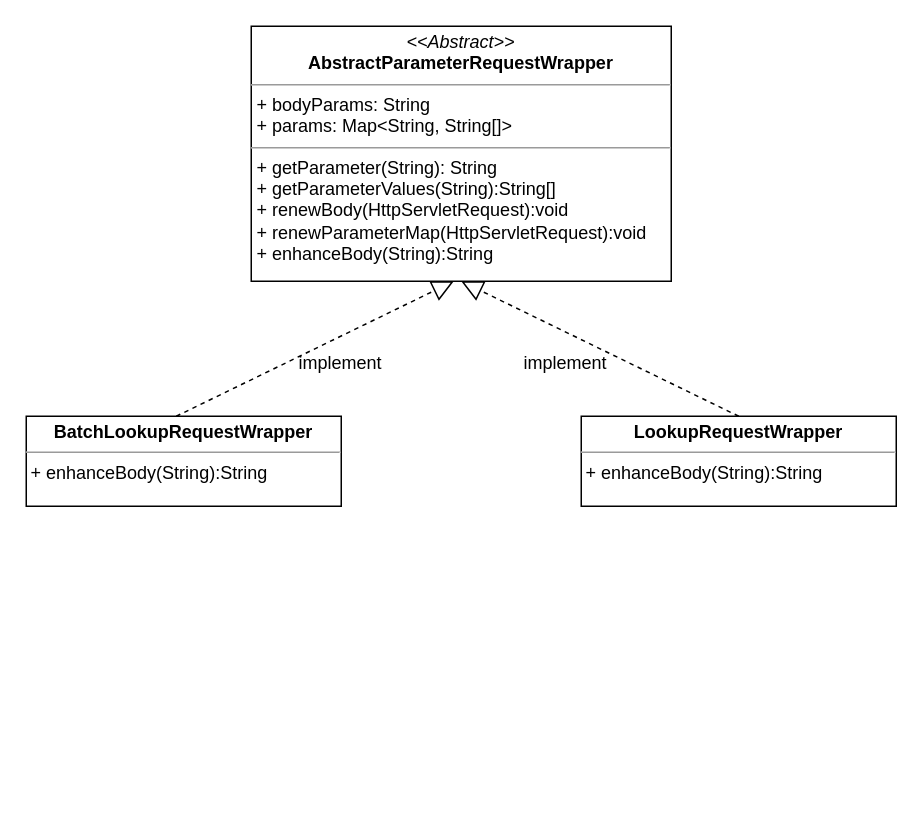
Before: mdm流程.drawio in iceAcmen/myDesign, a draw.io diagram. Source tidied: cells renumbered, new cells numbered last; positions are measured from the earlier drawing's top-left corner, leaving out a move shared by most shapes. Both pictures are drawn from the tidied source at 150%, with x=0, y=0 at pixel (26, 26).
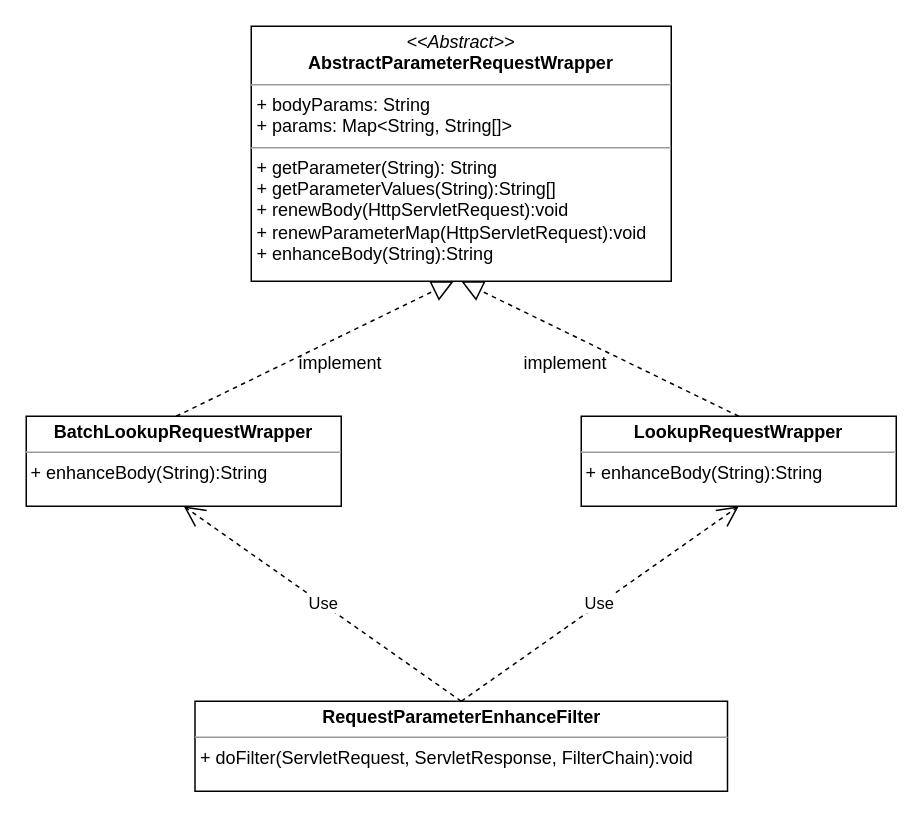
The same diagram, later.

What changed in the source:
```diff
@@
 <mxGraphModel>
   <root>
     <mxCell id="0" />
     <mxCell id="1" parent="0" />
     <mxCell id="2" value="&lt;p style=&quot;margin: 0px ; margin-top: 4px ; text-align: center&quot;&gt;&lt;i&gt;&amp;lt;&amp;lt;Abstract&amp;gt;&amp;gt;&lt;/i&gt;&lt;br&gt;&lt;span style=&quot;font-weight: 700&quot;&gt;AbstractParameterRequestWrapper&lt;/span&gt;&lt;br&gt;&lt;/p&gt;&lt;hr size=&quot;1&quot;&gt;&lt;p style=&quot;margin: 0px ; margin-left: 4px&quot;&gt;+ bodyParams: String&lt;br style=&quot;padding: 0px ; margin: 0px&quot;&gt;+ params: Map&amp;lt;String, String[]&amp;gt;&lt;br&gt;&lt;/p&gt;&lt;hr size=&quot;1&quot;&gt;&lt;p style=&quot;margin: 0px ; margin-left: 4px&quot;&gt;+ getParameter(String): String&lt;br style=&quot;padding: 0px ; margin: 0px&quot;&gt;+&amp;nbsp;getParameterValues(String):String[]&lt;br style=&quot;padding: 0px ; margin: 0px&quot;&gt;+&amp;nbsp;renewBody(HttpServletRequest):void&lt;br style=&quot;padding: 0px ; margin: 0px&quot;&gt;+&amp;nbsp;renewParameterMap(HttpServletRequest):void&lt;br style=&quot;padding: 0px ; margin: 0px&quot;&gt;+ enhanceBody(String):String&lt;br&gt;&lt;/p&gt;" style="verticalAlign=top;align=left;overflow=fill;fontSize=12;fontFamily=Helvetica;html=1;" parent="1" vertex="1">
       <mxGeometry x="150" width="280" height="170" as="geometry" />
     </mxCell>
     <mxCell id="3" value="&lt;p style=&quot;margin: 0px ; margin-top: 4px ; text-align: center&quot;&gt;&lt;b&gt;BatchLookupRequestWrapper&lt;/b&gt;&lt;br&gt;&lt;/p&gt;&lt;hr size=&quot;1&quot;&gt;&lt;div style=&quot;height: 2px&quot;&gt;&amp;nbsp;&lt;span&gt;+ enhanceBody(String):String&lt;/span&gt;&lt;/div&gt;" style="verticalAlign=top;align=left;overflow=fill;fontSize=12;fontFamily=Helvetica;html=1;" parent="1" vertex="1">
       <mxGeometry y="260" width="210" height="60" as="geometry" />
     </mxCell>
     <mxCell id="4" value="&lt;p style=&quot;margin: 0px ; margin-top: 4px ; text-align: center&quot;&gt;&lt;b&gt;LookupRequestWrapper&lt;/b&gt;&lt;br&gt;&lt;/p&gt;&lt;hr size=&quot;1&quot;&gt;&lt;div style=&quot;height: 2px&quot;&gt;&amp;nbsp;&lt;span&gt;+ enhanceBody(String):String&lt;/span&gt;&lt;/div&gt;" style="verticalAlign=top;align=left;overflow=fill;fontSize=12;fontFamily=Helvetica;html=1;" parent="1" vertex="1">
       <mxGeometry x="370" y="260" width="210" height="60" as="geometry" />
     </mxCell>
     <mxCell id="5" style="endArrow=block;dashed=1;endFill=0;endSize=12;html=1;entryX=0.5;entryY=1;entryDx=0;entryDy=0;exitX=0.5;exitY=0;exitDx=0;exitDy=0;" parent="1" edge="1">
       <mxGeometry relative="1" as="geometry">
         <mxPoint x="100" y="260" as="sourcePoint" />
         <mxPoint x="285" y="170" as="targetPoint" />
       </mxGeometry>
     </mxCell>
     <mxCell id="6" style="endArrow=block;dashed=1;endFill=0;endSize=12;html=1;exitX=0.5;exitY=0;exitDx=0;exitDy=0;" parent="1" edge="1" source="4">
       <mxGeometry relative="1" as="geometry">
         <mxPoint x="290" y="170" as="targetPoint" />
       </mxGeometry>
     </mxCell>
     <mxCell id="7" value="implement" style="text;html=1;align=left;verticalAlign=top;spacingTop=-4;" parent="1" vertex="1">
       <mxGeometry x="180" y="215" width="70" height="20" as="geometry" />
     </mxCell>
     <mxCell id="8" value="implement" style="text;html=1;align=left;verticalAlign=top;spacingTop=-4;" parent="1" vertex="1">
       <mxGeometry x="330" y="215" width="70" height="20" as="geometry" />
     </mxCell>
+    <mxCell id="9" value="&lt;p style=&quot;margin: 0px ; margin-top: 4px ; text-align: center&quot;&gt;&lt;b&gt;RequestParameterEnhanceFilter&lt;/b&gt;&lt;br&gt;&lt;/p&gt;&lt;hr size=&quot;1&quot;&gt;&lt;div style=&quot;height: 2px&quot;&gt;&amp;nbsp;&lt;span&gt;+ doFilter(ServletRequest, ServletResponse, FilterChain):void&lt;/span&gt;&lt;/div&gt;" style="verticalAlign=top;align=left;overflow=fill;fontSize=12;fontFamily=Helvetica;html=1;" parent="1" vertex="1">
+      <mxGeometry x="112.5" y="450" width="355" height="60" as="geometry" />
+    </mxCell>
+    <mxCell id="10" value="Use" style="endArrow=open;endSize=12;dashed=1;html=1;entryX=0.5;entryY=1;entryDx=0;entryDy=0;exitX=0.5;exitY=0;exitDx=0;exitDy=0;" parent="1" edge="1" source="9" target="3">
+      <mxGeometry relative="1" as="geometry" />
+    </mxCell>
+    <mxCell id="11" value="Use" style="endArrow=open;endSize=12;dashed=1;html=1;entryX=0.5;entryY=1;entryDx=0;entryDy=0;exitX=0.5;exitY=0;exitDx=0;exitDy=0;" parent="1" edge="1" source="9" target="4">
+      <mxGeometry relative="1" as="geometry" />
+    </mxCell>
   </root>
 </mxGraphModel>
```
